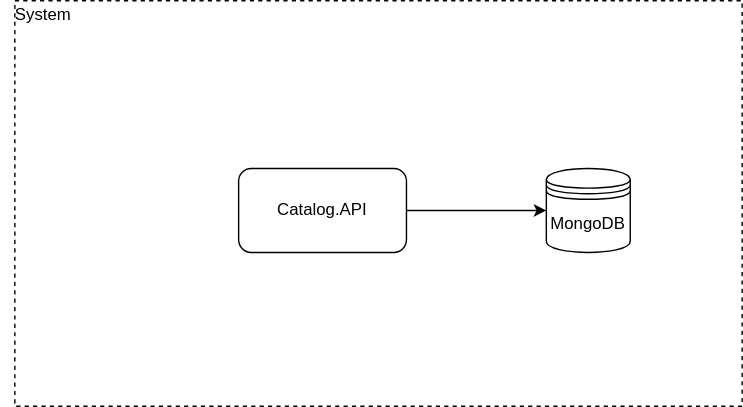
The draw.io diagram ArchitectureDiagram.svg in alexchet/NetMicroservices, before a commit. Source tidied: cells renumbered, new cells last; positions are measured from the earlier drawing's top-left corner, leaving out a move shared by most shapes.
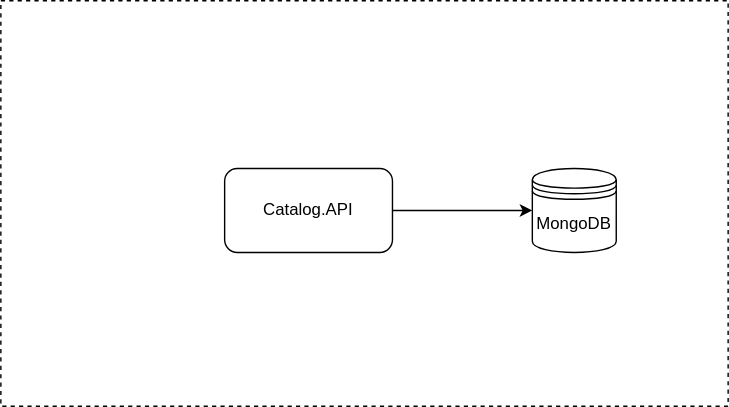
The same diagram one commit later.

The edit, as a diff of the source:
```diff
@@ -14,8 +14,5 @@
     <mxCell id="5" value="MongoDB" style="shape=datastore;whiteSpace=wrap;html=1;" parent="1" vertex="1">
       <mxGeometry x="390" y="120" width="60" height="60" as="geometry" />
     </mxCell>
-    <mxCell id="6" value="System" style="text;html=1;align=center;verticalAlign=middle;strokeColor=none;fillColor=none;" parent="1" vertex="1">
-      <mxGeometry width="60" height="20" as="geometry" />
-    </mxCell>
   </root>
 </mxGraphModel>
```
